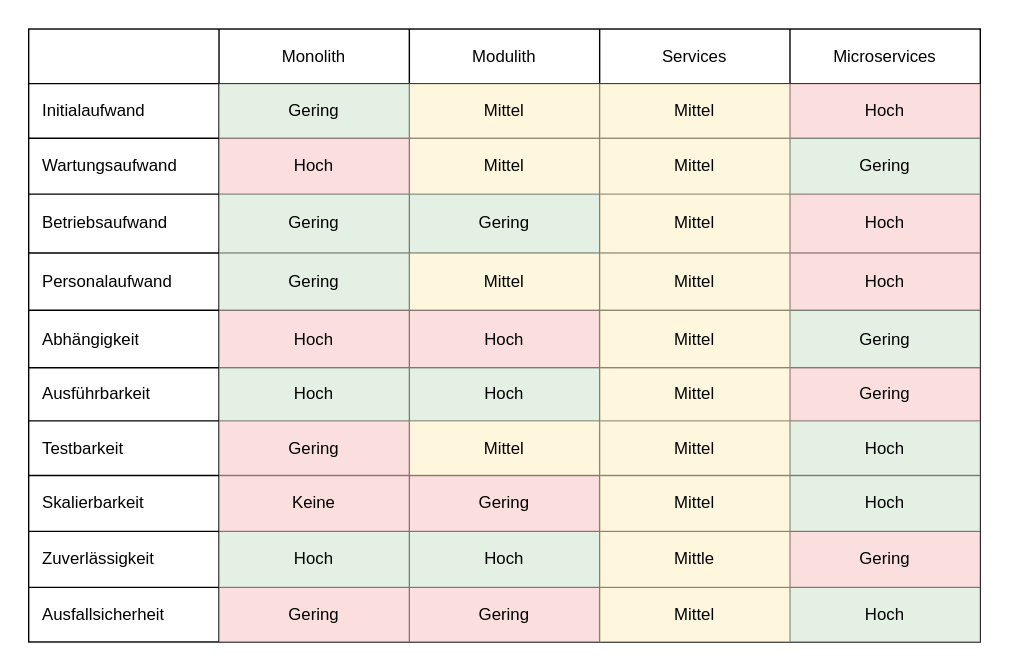
Qwiri/WebEng2-Community-Fork keeps this draw.io diagram as src/4_rich_client_server/assets/architecture_comparison.svg. Above is the earlier version. Source tidied: cells renumbered, new cells last; positions are measured from the earlier drawing's top-left corner, leaving out a move shared by most shapes.
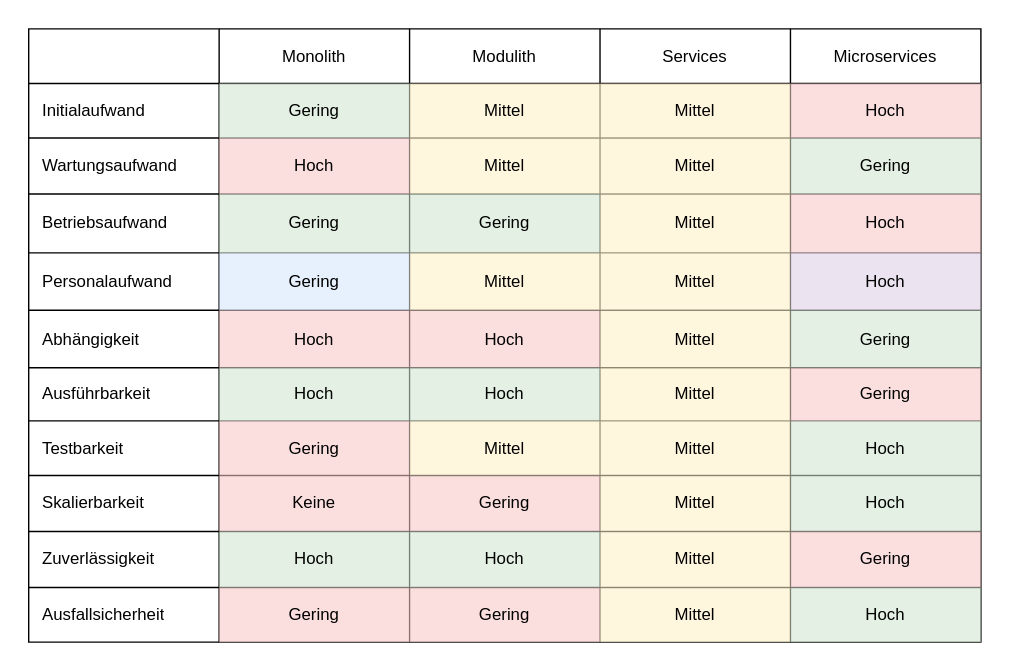
After the change.

The edit, as a diff of the source:
```diff
@@ -83,7 +83,7 @@
     <mxCell id="28" value="&lt;span&gt;Personalaufwand&lt;/span&gt;" style="shape=partialRectangle;html=1;whiteSpace=wrap;overflow=hidden;fillColor=none;top=0;left=0;bottom=0;right=0;align=left;spacing=10;" parent="27" vertex="1">
       <mxGeometry width="136" height="41" as="geometry" />
     </mxCell>
-    <mxCell id="29" value="&lt;span&gt;Gering&lt;/span&gt;" style="shape=partialRectangle;html=1;whiteSpace=wrap;overflow=hidden;fillColor=#d5e8d4;top=0;left=0;bottom=0;right=0;opacity=65;strokeColor=#82b366;" parent="27" vertex="1">
+    <mxCell id="29" value="&lt;span&gt;Gering&lt;/span&gt;" style="shape=partialRectangle;html=1;whiteSpace=wrap;overflow=hidden;fillColor=#dae8fc;top=0;left=0;bottom=0;right=0;opacity=65;strokeColor=#6c8ebf;" parent="27" vertex="1">
       <mxGeometry x="136" width="136" height="41" as="geometry" />
     </mxCell>
     <mxCell id="30" value="&lt;span&gt;Mittel&lt;br&gt;&lt;/span&gt;" style="shape=partialRectangle;html=1;whiteSpace=wrap;overflow=hidden;fillColor=#fff2cc;top=0;left=0;bottom=0;right=0;opacity=65;strokeColor=#d6b656;fontColor=default;" parent="27" vertex="1">
@@ -92,7 +92,7 @@
     <mxCell id="31" value="&lt;span&gt;Mittel&lt;/span&gt;" style="shape=partialRectangle;html=1;whiteSpace=wrap;overflow=hidden;fillColor=#fff2cc;top=0;left=0;bottom=0;right=0;opacity=65;strokeColor=#d6b656;" parent="27" vertex="1">
       <mxGeometry x="408" width="136" height="41" as="geometry" />
     </mxCell>
-    <mxCell id="32" value="&lt;span&gt;Hoch&lt;/span&gt;" style="shape=partialRectangle;html=1;whiteSpace=wrap;overflow=hidden;fillColor=#f8cecc;top=0;left=0;bottom=0;right=0;opacity=65;strokeColor=#b85450;" parent="27" vertex="1">
+    <mxCell id="32" value="&lt;span&gt;Hoch&lt;/span&gt;" style="shape=partialRectangle;html=1;whiteSpace=wrap;overflow=hidden;fillColor=#e1d5e7;top=0;left=0;bottom=0;right=0;opacity=65;strokeColor=#9673a6;" parent="27" vertex="1">
       <mxGeometry x="544" width="136" height="41" as="geometry" />
     </mxCell>
     <mxCell id="33" style="shape=partialRectangle;fillColor=none;top=0;left=0;bottom=0;right=0;" parent="2" vertex="1">
@@ -179,7 +179,7 @@
     <mxCell id="60" value="Hoch" style="shape=partialRectangle;html=1;whiteSpace=wrap;overflow=hidden;fillColor=#d5e8d4;top=0;left=0;bottom=0;right=0;opacity=65;strokeColor=#82b366;" parent="57" vertex="1">
       <mxGeometry x="272" width="136" height="40" as="geometry" />
     </mxCell>
-    <mxCell id="61" value="Mittle" style="shape=partialRectangle;html=1;whiteSpace=wrap;overflow=hidden;fillColor=#fff2cc;top=0;left=0;bottom=0;right=0;opacity=65;strokeColor=#d6b656;" parent="57" vertex="1">
+    <mxCell id="61" value="Mittel" style="shape=partialRectangle;html=1;whiteSpace=wrap;overflow=hidden;fillColor=#fff2cc;top=0;left=0;bottom=0;right=0;opacity=65;strokeColor=#d6b656;" parent="57" vertex="1">
       <mxGeometry x="408" width="136" height="40" as="geometry" />
     </mxCell>
     <mxCell id="62" value="Gering" style="shape=partialRectangle;html=1;whiteSpace=wrap;overflow=hidden;fillColor=#f8cecc;top=0;left=0;bottom=0;right=0;opacity=65;strokeColor=#b85450;" parent="57" vertex="1">
```
